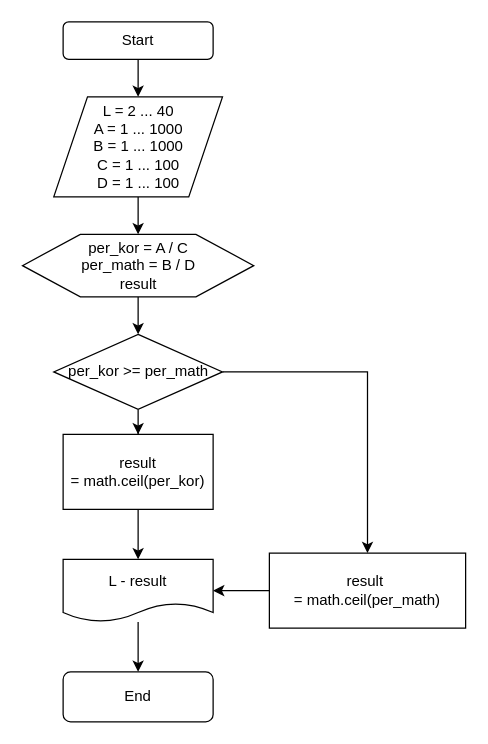
This is backjoon/drawio/boj5532.drawio from ssolssolham/ssolssolham, a draw.io file, before an edit. Source tidied: cells renumbered, new cells numbered last; positions are measured from the earlier drawing's top-left corner, leaving out a move shared by most shapes. Both pictures are drawn from the tidied source at 125%, with x=0, y=0 at pixel (22, 21).
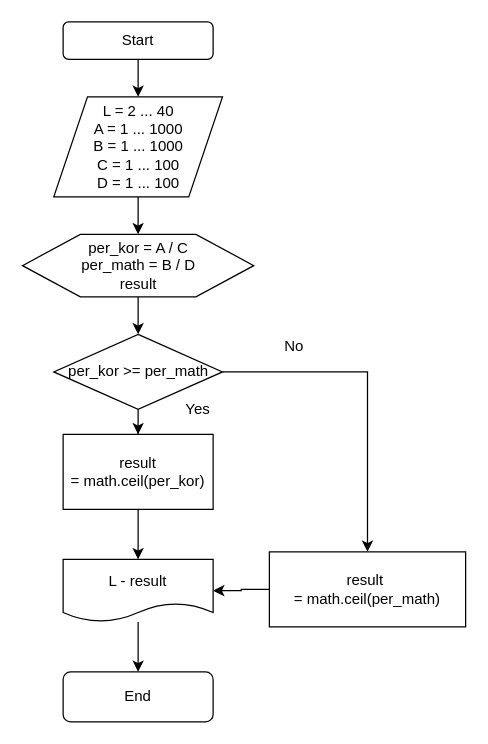
After the change.

The edit, as a diff of the source:
```diff
@@
 <mxGraphModel>
   <root>
     <mxCell id="0" />
     <mxCell id="1" parent="0" />
     <mxCell id="2" style="edgeStyle=orthogonalEdgeStyle;rounded=0;jettySize=auto;html=1;" parent="1" edge="1" source="3" target="5">
       <mxGeometry relative="1" as="geometry" />
     </mxCell>
     <mxCell id="3" value="Start" style="rounded=1;whiteSpace=wrap;html=1;" parent="1" vertex="1">
       <mxGeometry x="32" width="120" height="30" as="geometry" />
     </mxCell>
     <mxCell id="4" style="edgeStyle=orthogonalEdgeStyle;rounded=0;jettySize=auto;html=1;" parent="1" edge="1" source="5" target="7">
       <mxGeometry relative="1" as="geometry" />
     </mxCell>
     <mxCell id="5" value="L = 2 ... 40&lt;br&gt;A = 1 ... 1000&lt;br&gt;B = 1 ... 1000&lt;br&gt;C = 1 ... 100&lt;br&gt;D = 1 ... 100" style="shape=parallelogram;perimeter=parallelogramPerimeter;whiteSpace=wrap;html=1;" parent="1" vertex="1">
       <mxGeometry x="24.5" y="60" width="135" height="80" as="geometry" />
     </mxCell>
     <mxCell id="6" style="edgeStyle=orthogonalEdgeStyle;rounded=0;jettySize=auto;html=1;" parent="1" edge="1" source="7" target="10">
       <mxGeometry relative="1" as="geometry" />
     </mxCell>
     <mxCell id="7" value="per_kor = A / C&lt;br&gt;per_math = B / D&lt;br&gt;result" style="shape=hexagon;perimeter=hexagonPerimeter2;whiteSpace=wrap;html=1;verticalAlign=middle;" parent="1" vertex="1">
       <mxGeometry x="-0.5" y="170" width="185" height="50" as="geometry" />
     </mxCell>
     <mxCell id="8" style="edgeStyle=orthogonalEdgeStyle;rounded=0;jettySize=auto;html=1;" parent="1" edge="1" source="10" target="14">
       <mxGeometry relative="1" as="geometry" />
     </mxCell>
     <mxCell id="9" style="edgeStyle=orthogonalEdgeStyle;rounded=0;jettySize=auto;html=1;" parent="1" edge="1" source="10" target="12">
       <mxGeometry relative="1" as="geometry" />
     </mxCell>
     <mxCell id="10" value="per_kor &amp;gt;= per_math" style="rhombus;whiteSpace=wrap;html=1;" parent="1" vertex="1">
       <mxGeometry x="24.5" y="250" width="135" height="60" as="geometry" />
     </mxCell>
     <mxCell id="11" style="edgeStyle=orthogonalEdgeStyle;rounded=0;jettySize=auto;html=1;" parent="1" edge="1" source="12" target="16">
       <mxGeometry relative="1" as="geometry" />
     </mxCell>
     <mxCell id="12" value="result &lt;br&gt;= math.ceil(per_kor)" style="rounded=0;whiteSpace=wrap;html=1;" parent="1" vertex="1">
       <mxGeometry x="32" y="330" width="120" height="60" as="geometry" />
     </mxCell>
     <mxCell id="13" style="edgeStyle=orthogonalEdgeStyle;rounded=0;jettySize=auto;html=1;" parent="1" edge="1" source="14" target="16">
       <mxGeometry relative="1" as="geometry" />
     </mxCell>
     <mxCell id="14" value="result&amp;nbsp;&lt;br&gt;=&amp;nbsp;math.ceil(per_math)" style="rounded=0;whiteSpace=wrap;html=1;" parent="1" vertex="1">
-      <mxGeometry x="197" y="425" width="157" height="60" as="geometry" />
+      <mxGeometry x="197" y="424" width="157" height="60" as="geometry" />
     </mxCell>
     <mxCell id="15" style="edgeStyle=orthogonalEdgeStyle;rounded=0;jettySize=auto;html=1;" parent="1" edge="1" source="16" target="17">
       <mxGeometry relative="1" as="geometry" />
     </mxCell>
     <mxCell id="16" value="L - result" style="shape=document;whiteSpace=wrap;html=1;boundedLbl=1;" parent="1" vertex="1">
       <mxGeometry x="32" y="430" width="120" height="50" as="geometry" />
     </mxCell>
     <mxCell id="17" value="End" style="rounded=1;whiteSpace=wrap;html=1;" parent="1" vertex="1">
       <mxGeometry x="32" y="520" width="120" height="40" as="geometry" />
     </mxCell>
+    <mxCell id="18" value="No" style="text;html=1;strokeColor=none;fillColor=none;align=center;verticalAlign=middle;whiteSpace=wrap;rounded=0;" parent="1" vertex="1">
+      <mxGeometry x="197" y="250" width="40" height="20" as="geometry" />
+    </mxCell>
+    <mxCell id="19" value="Yes" style="text;html=1;strokeColor=none;fillColor=none;align=center;verticalAlign=middle;whiteSpace=wrap;rounded=0;" parent="1" vertex="1">
+      <mxGeometry x="119.5" y="300" width="40" height="20" as="geometry" />
+    </mxCell>
   </root>
 </mxGraphModel>
```
